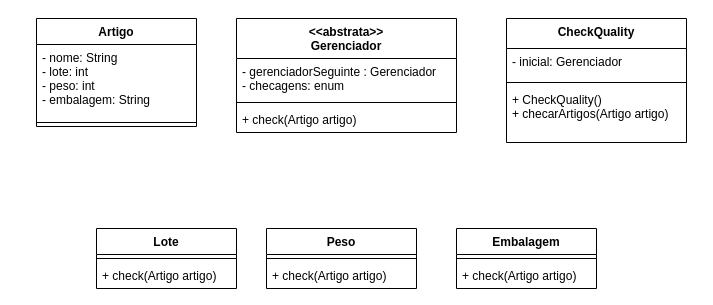
Above: Aula04/mesa.drawio in moreirafelipe/dh-backend (draw.io), before the change. Source tidied: cells renumbered, new cells numbered last; positions are measured from the earlier drawing's top-left corner, leaving out a move shared by most shapes. Both pictures are drawn from the tidied source at 100%, with x=0, y=0 at pixel (36, 18).
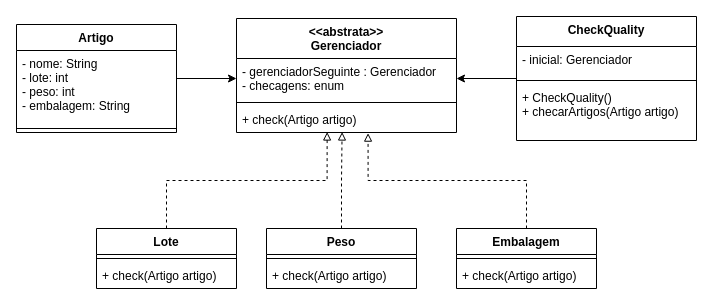
The same page after the edit.

Unchanged cells that the change refers to:
```xml
<mxCell id="6" value="Lote" style="swimlane;fontStyle=1;align=center;verticalAlign=top;horizontal=1;startSize=26;" parent="1" vertex="1">
  <mxGeometry x="60" y="210" width="140" height="60" as="geometry" />
</mxCell>
<mxCell id="9" value="Peso" style="swimlane;fontStyle=1;align=center;verticalAlign=top;horizontal=1;startSize=26;" parent="1" vertex="1">
  <mxGeometry x="230" y="210" width="150" height="60" as="geometry" />
</mxCell>
<mxCell id="12" value="Embalagem" style="swimlane;fontStyle=1;align=center;verticalAlign=top;horizontal=1;startSize=26;" parent="1" vertex="1">
  <mxGeometry x="420" y="210" width="140" height="60" as="geometry" />
</mxCell>
<mxCell id="19" value="- gerenciadorSeguinte : Gerenciador&#10;- checagens: enum" style="text;strokeColor=none;fillColor=none;align=left;verticalAlign=top;spacingLeft=4;spacingRight=4;overflow=hidden;points=[[0,0.5],[1,0.5]];portConstraint=eastwest;" parent="18" vertex="1">
  <mxGeometry y="40" width="220" height="40" as="geometry" />
</mxCell>
<mxCell id="21" value="+ check(Artigo artigo)" style="text;strokeColor=none;fillColor=none;align=left;verticalAlign=top;spacingLeft=4;spacingRight=4;overflow=hidden;points=[[0,0.5],[1,0.5]];portConstraint=eastwest;" parent="18" vertex="1">
  <mxGeometry y="88" width="220" height="26" as="geometry" />
</mxCell>
```

Diff of the diagram source:
```diff
@@
+    <mxCell id="22" style="edgeStyle=orthogonalEdgeStyle;rounded=0;jettySize=auto;html=1;entryX=1;entryY=0.5;entryDx=0;entryDy=0;endArrow=classic;endFill=1;" parent="1" edge="1" source="2" target="19">
+      <mxGeometry relative="1" as="geometry" />
+    </mxCell>
     <mxCell id="2" value="CheckQuality" style="swimlane;fontStyle=1;align=center;verticalAlign=top;horizontal=1;startSize=30;" parent="1" vertex="1">
-      <mxGeometry x="470" width="180" height="124" as="geometry" />
+      <mxGeometry x="480" y="-2" width="180" height="124" as="geometry" />
     </mxCell>
@@
+    <mxCell id="23" style="edgeStyle=orthogonalEdgeStyle;rounded=0;jettySize=auto;html=1;entryX=0.412;entryY=0.981;entryDx=0;entryDy=0;entryPerimeter=0;dashed=1;endArrow=block;endFill=0;" parent="1" edge="1" source="6" target="21">
+      <mxGeometry relative="1" as="geometry" />
+    </mxCell>
@@
+    <mxCell id="24" style="edgeStyle=orthogonalEdgeStyle;rounded=0;jettySize=auto;html=1;entryX=0.48;entryY=0.981;entryDx=0;entryDy=0;entryPerimeter=0;dashed=1;endArrow=block;endFill=0;" parent="1" edge="1" source="9" target="21">
+      <mxGeometry relative="1" as="geometry" />
+    </mxCell>
@@
+    <mxCell id="25" style="edgeStyle=orthogonalEdgeStyle;rounded=0;jettySize=auto;html=1;entryX=0.598;entryY=1.024;entryDx=0;entryDy=0;entryPerimeter=0;dashed=1;endArrow=block;endFill=0;" parent="1" edge="1" source="12" target="21">
+      <mxGeometry relative="1" as="geometry" />
+    </mxCell>
@@
+    <mxCell id="26" style="edgeStyle=orthogonalEdgeStyle;rounded=0;jettySize=auto;html=1;endArrow=classic;endFill=1;" parent="1" edge="1" source="15" target="19">
+      <mxGeometry relative="1" as="geometry" />
+    </mxCell>
     <mxCell id="15" value="Artigo" style="swimlane;fontStyle=1;align=center;verticalAlign=top;horizontal=1;startSize=26;" parent="1" vertex="1">
-      <mxGeometry width="160" height="108" as="geometry" />
+      <mxGeometry x="-20" y="6" width="160" height="108" as="geometry" />
     </mxCell>
```
